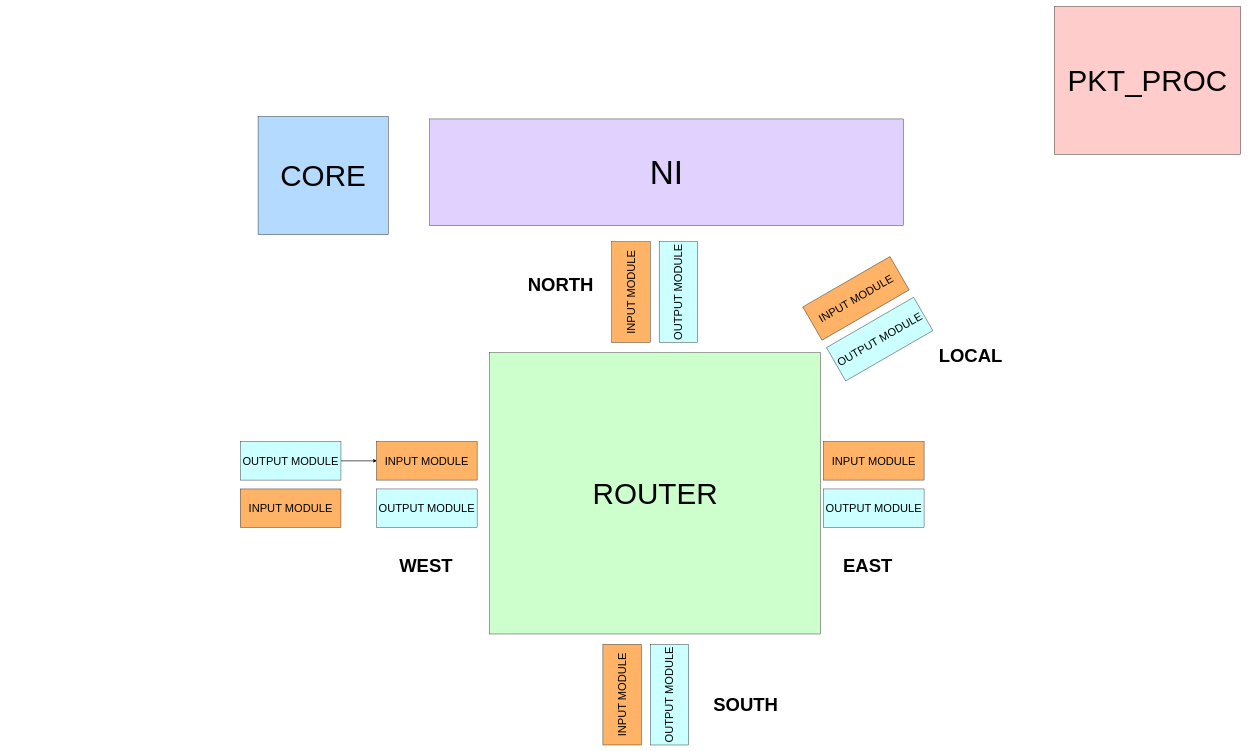
Earlier version of the draw.io diagram page "NoC" (1 of 16) of NoC.drawio (Akilax0/minimal_NoC). Source tidied: cells renumbered, new cells numbered last; positions are measured from the earlier drawing's top-left corner, leaving out a move shared by most shapes. Both pictures are drawn from the tidied source at 37%, with x=0, y=0 at pixel (240, 6).
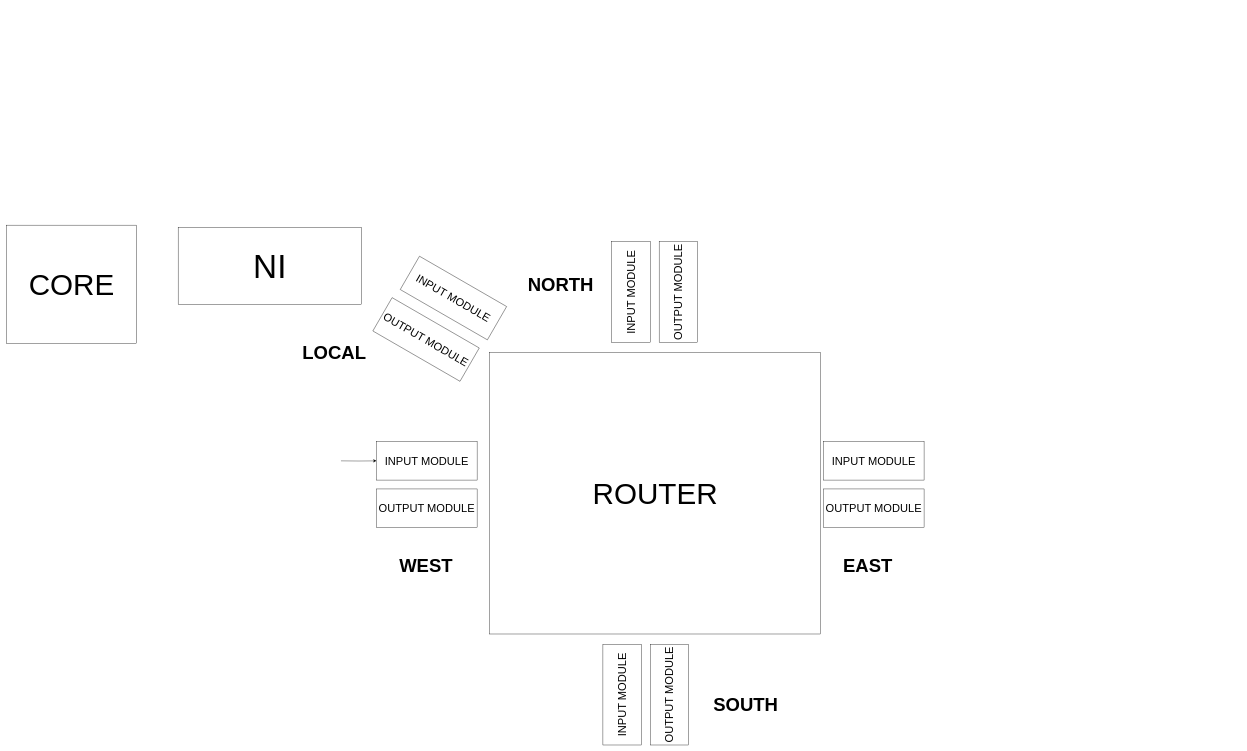
The same page after the edit.

What changed in the source:
```diff
@@
-    <mxCell id="2" value="&lt;font style=&quot;font-size: 80px;&quot;&gt;CORE&lt;/font&gt;" style="rounded=0;whiteSpace=wrap;html=1;fillColor=#B5DAFF;" parent="1" vertex="1">
-      <mxGeometry x="48" y="297" width="352" height="320" as="geometry" />
+    <mxCell id="2" value="&lt;font style=&quot;font-size: 80px;&quot;&gt;CORE&lt;/font&gt;" style="rounded=0;whiteSpace=wrap;html=1;fillColor=none;" parent="1" vertex="1">
+      <mxGeometry x="-632" y="591" width="352" height="320" as="geometry" />
     </mxCell>
-    <mxCell id="3" value="&lt;font style=&quot;font-size: 80px;&quot;&gt;PKT_PROC&lt;/font&gt;" style="rounded=0;whiteSpace=wrap;html=1;fillColor=#FFCCCC;" parent="1" vertex="1">
-      <mxGeometry x="2200" width="504" height="400" as="geometry" />
-    </mxCell>
-    <mxCell id="4" value="&lt;font style=&quot;font-size: 80px;&quot;&gt;ROUTER&lt;/font&gt;" style="rounded=0;whiteSpace=wrap;html=1;fillColor=#CCFFCC;" parent="1" vertex="1">
+    <mxCell id="4" value="&lt;font style=&quot;font-size: 80px;&quot;&gt;ROUTER&lt;/font&gt;" style="rounded=0;whiteSpace=wrap;html=1;fillColor=none;" parent="1" vertex="1">
       <mxGeometry x="673.5" y="936" width="894.5" height="760" as="geometry" />
     </mxCell>
-    <mxCell id="5" style="group;" parent="1" vertex="1">
-      <mxGeometry x="1560" y="728" width="272" height="232" as="geometry" />
-    </mxCell>
-    <mxCell id="6" style="group;rotation=-30;" parent="5" vertex="1">
-      <mxGeometry width="272" height="232" as="geometry" />
-    </mxCell>
-    <mxCell id="7" value="&lt;font style=&quot;font-size: 30px;&quot;&gt;INPUT MODULE&lt;/font&gt;" style="rounded=0;whiteSpace=wrap;html=1;rotation=-30;fillColor=#FFB366;" parent="6" vertex="1">
-      <mxGeometry x="-32" y="9" width="272" height="104" as="geometry" />
-    </mxCell>
-    <mxCell id="8" value="&lt;font style=&quot;font-size: 30px;&quot;&gt;OUTPUT MODULE&lt;/font&gt;" style="rounded=0;whiteSpace=wrap;html=1;rotation=-30;fillColor=#CCFFFF;" parent="6" vertex="1">
-      <mxGeometry x="32" y="119" width="272" height="104" as="geometry" />
-    </mxCell>
-    <mxCell id="9" value="&lt;font style=&quot;font-size: 30px;&quot;&gt;INPUT MODULE&lt;/font&gt;" style="rounded=0;whiteSpace=wrap;html=1;fillColor=#FFB366;" parent="1" vertex="1">
+    <mxCell id="9" value="&lt;font style=&quot;font-size: 30px;&quot;&gt;INPUT MODULE&lt;/font&gt;" style="rounded=0;whiteSpace=wrap;html=1;fillColor=none;" parent="1" vertex="1">
       <mxGeometry x="1576" y="1176" width="272" height="104" as="geometry" />
     </mxCell>
-    <mxCell id="10" value="&lt;font style=&quot;font-size: 30px;&quot;&gt;OUTPUT MODULE&lt;/font&gt;" style="rounded=0;whiteSpace=wrap;html=1;fillColor=#CCFFFF;" parent="1" vertex="1">
+    <mxCell id="10" value="&lt;font style=&quot;font-size: 30px;&quot;&gt;OUTPUT MODULE&lt;/font&gt;" style="rounded=0;whiteSpace=wrap;html=1;fillColor=none;" parent="1" vertex="1">
       <mxGeometry x="1576" y="1304" width="272" height="104" as="geometry" />
     </mxCell>
-    <mxCell id="11" value="&lt;font style=&quot;font-size: 30px;&quot;&gt;OUTPUT MODULE&lt;/font&gt;" style="rounded=0;whiteSpace=wrap;html=1;fillColor=#CCFFFF;" parent="1" vertex="1">
+    <mxCell id="11" value="&lt;font style=&quot;font-size: 30px;&quot;&gt;OUTPUT MODULE&lt;/font&gt;" style="rounded=0;whiteSpace=wrap;html=1;fillColor=none;" parent="1" vertex="1">
       <mxGeometry x="368" y="1304" width="272" height="104" as="geometry" />
     </mxCell>
-    <mxCell id="12" value="&lt;font style=&quot;font-size: 30px;&quot;&gt;INPUT MODULE&lt;/font&gt;" style="rounded=0;whiteSpace=wrap;html=1;fillColor=#FFB366;" parent="1" vertex="1">
+    <mxCell id="12" value="&lt;font style=&quot;font-size: 30px;&quot;&gt;INPUT MODULE&lt;/font&gt;" style="rounded=0;whiteSpace=wrap;html=1;fillColor=none;" parent="1" vertex="1">
       <mxGeometry x="368" y="1176" width="272" height="104" as="geometry" />
     </mxCell>
-    <mxCell id="13" style="group;rotation=-90;" parent="1" vertex="1">
+    <mxCell id="13" style="group;rotation=-90;fillColor=none;" parent="1" vertex="1">
       <mxGeometry x="984" y="656" width="272" height="232" as="geometry" />
     </mxCell>
-    <mxCell id="14" value="&lt;font style=&quot;font-size: 30px;&quot;&gt;INPUT MODULE&lt;/font&gt;" style="rounded=0;whiteSpace=wrap;html=1;rotation=-90;fillColor=#FFB366;" parent="13" vertex="1">
+    <mxCell id="14" value="&lt;font style=&quot;font-size: 30px;&quot;&gt;INPUT MODULE&lt;/font&gt;" style="rounded=0;whiteSpace=wrap;html=1;rotation=-90;fillColor=none;" parent="13" vertex="1">
       <mxGeometry x="-64" y="64" width="272" height="104" as="geometry" />
     </mxCell>
-    <mxCell id="15" value="&lt;font style=&quot;font-size: 30px;&quot;&gt;OUTPUT MODULE&lt;/font&gt;" style="rounded=0;whiteSpace=wrap;html=1;rotation=-90;fillColor=#CCFFFF;" parent="13" vertex="1">
+    <mxCell id="15" value="&lt;font style=&quot;font-size: 30px;&quot;&gt;OUTPUT MODULE&lt;/font&gt;" style="rounded=0;whiteSpace=wrap;html=1;rotation=-90;fillColor=none;" parent="13" vertex="1">
       <mxGeometry x="64" y="64" width="272" height="104" as="geometry" />
     </mxCell>
-    <mxCell id="16" style="group;rotation=-90;" parent="1" vertex="1">
+    <mxCell id="16" style="group;rotation=-90;fillColor=none;" parent="1" vertex="1">
       <mxGeometry x="960" y="1744" width="272" height="232" as="geometry" />
     </mxCell>
-    <mxCell id="17" value="&lt;font style=&quot;font-size: 30px;&quot;&gt;INPUT MODULE&lt;/font&gt;" style="rounded=0;whiteSpace=wrap;html=1;rotation=-90;fillColor=#FFB366;" parent="16" vertex="1">
+    <mxCell id="17" value="&lt;font style=&quot;font-size: 30px;&quot;&gt;INPUT MODULE&lt;/font&gt;" style="rounded=0;whiteSpace=wrap;html=1;rotation=-90;fillColor=none;" parent="16" vertex="1">
       <mxGeometry x="-64" y="64" width="272" height="104" as="geometry" />
     </mxCell>
-    <mxCell id="18" value="&lt;font style=&quot;font-size: 30px;&quot;&gt;OUTPUT MODULE&lt;/font&gt;" style="rounded=0;whiteSpace=wrap;html=1;rotation=-90;fillColor=#CCFFFF;" parent="16" vertex="1">
+    <mxCell id="18" value="&lt;font style=&quot;font-size: 30px;&quot;&gt;OUTPUT MODULE&lt;/font&gt;" style="rounded=0;whiteSpace=wrap;html=1;rotation=-90;fillColor=none;" parent="16" vertex="1">
       <mxGeometry x="64" y="64" width="272" height="104" as="geometry" />
     </mxCell>
-    <mxCell id="19" value="&lt;font style=&quot;font-size: 90px;&quot;&gt;NI&lt;/font&gt;" style="rounded=0;whiteSpace=wrap;html=1;fillColor=#E0D1FF;" parent="1" vertex="1">
-      <mxGeometry x="512" y="304" width="1280" height="288" as="geometry" />
+    <mxCell id="19" value="&lt;font style=&quot;font-size: 90px;&quot;&gt;NI&lt;/font&gt;" style="rounded=0;whiteSpace=wrap;html=1;fillColor=none;" parent="1" vertex="1">
+      <mxGeometry x="-168" y="598" width="496" height="208" as="geometry" />
     </mxCell>
@@
     <mxCell id="21" value="&lt;font style=&quot;font-size: 50px;&quot;&gt;LOCAL&lt;/font&gt;" style="text;html=1;strokeColor=none;fillColor=none;align=center;verticalAlign=middle;whiteSpace=wrap;rounded=0;fontStyle=1;fontSize=30;" parent="1" vertex="1">
-      <mxGeometry x="1880" y="896" width="188" height="94" as="geometry" />
+      <mxGeometry x="160" y="888" width="188" height="94" as="geometry" />
     </mxCell>
@@
-    <mxCell id="25" value="&lt;font style=&quot;font-size: 30px;&quot;&gt;INPUT MODULE&lt;/font&gt;" style="rounded=0;whiteSpace=wrap;html=1;fillColor=#FFB366;" parent="1" vertex="1">
-      <mxGeometry y="1304" width="272" height="104" as="geometry" />
-    </mxCell>
-    <mxCell id="26" style="edgeStyle=orthogonalEdgeStyle;rounded=0;jettySize=auto;html=1;" parent="1" edge="1" source="28" target="12">
-      <mxGeometry relative="1" as="geometry" />
+    <mxCell id="26" style="edgeStyle=orthogonalEdgeStyle;rounded=0;jettySize=auto;html=1;fillColor=none;" parent="1" edge="1" target="12">
+      <mxGeometry relative="1" as="geometry">
+        <mxPoint x="272" y="1228" as="sourcePoint" />
+      </mxGeometry>
     </mxCell>
-    <mxCell id="27" style="edgeStyle=orthogonalEdgeStyle;rounded=0;jettySize=auto;html=1;" parent="1" edge="1" source="28" target="12">
-      <mxGeometry relative="1" as="geometry" />
-    </mxCell>
-    <mxCell id="28" value="&lt;font style=&quot;font-size: 30px;&quot;&gt;OUTPUT MODULE&lt;/font&gt;" style="rounded=0;whiteSpace=wrap;html=1;fillColor=#CCFFFF;" parent="1" vertex="1">
-      <mxGeometry y="1176" width="272" height="104" as="geometry" />
-    </mxCell>
+    <mxCell id="7" value="&lt;font style=&quot;font-size: 30px;&quot;&gt;INPUT MODULE&lt;/font&gt;" style="rounded=0;whiteSpace=wrap;html=1;rotation=30;fillColor=none;" parent="1" vertex="1">
+      <mxGeometry x="440" y="736" width="272" height="104" as="geometry" />
+    </mxCell>
+    <mxCell id="8" value="&lt;font style=&quot;font-size: 30px;&quot;&gt;OUTPUT MODULE&lt;/font&gt;" style="rounded=0;whiteSpace=wrap;html=1;rotation=30;fillColor=none;" parent="1" vertex="1">
+      <mxGeometry x="366" y="848" width="272" height="104" as="geometry" />
+    </mxCell>
```
